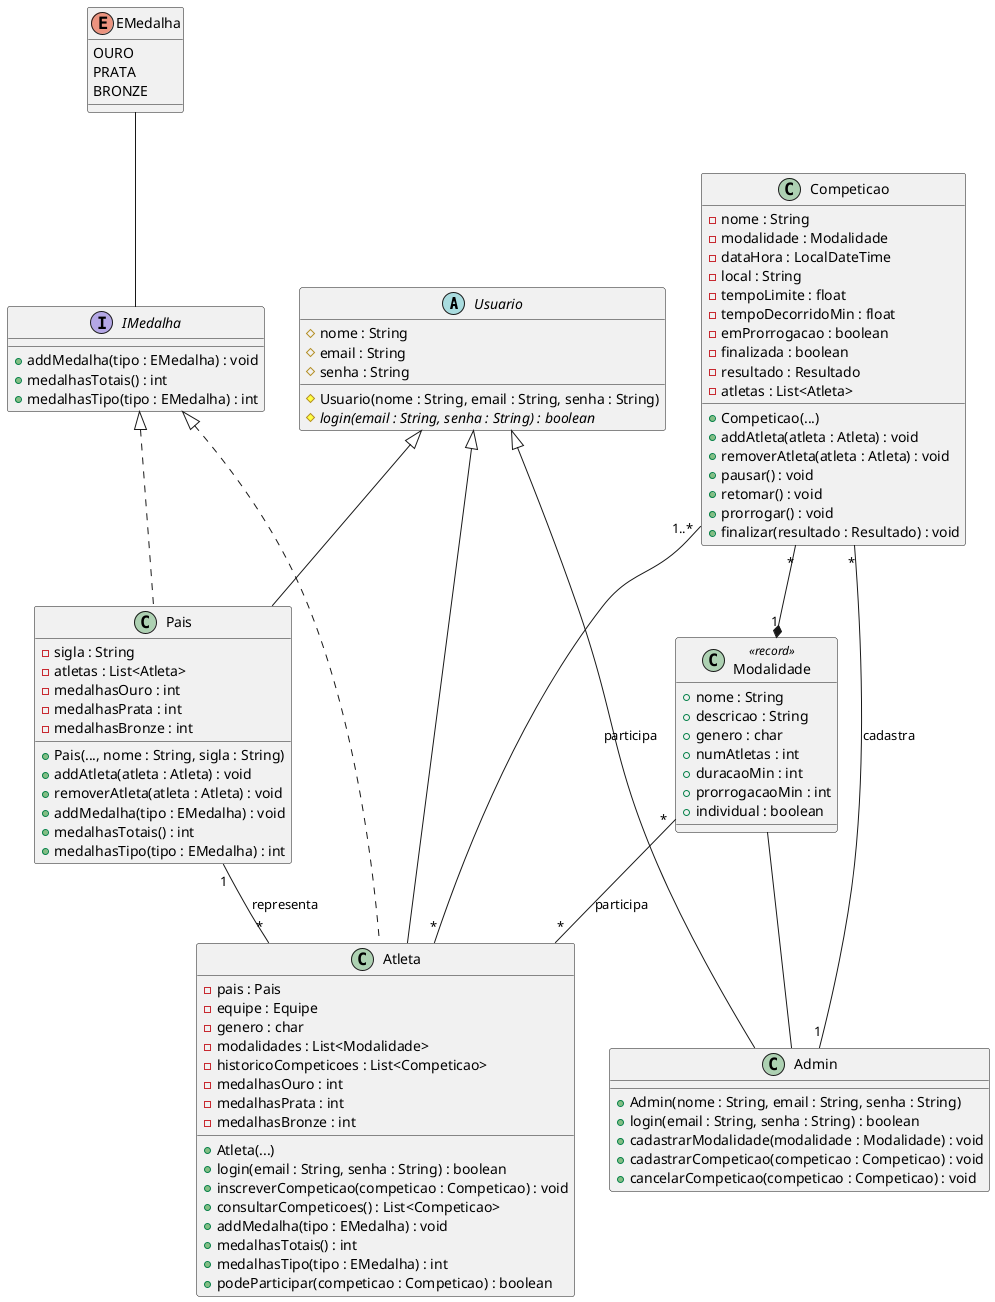
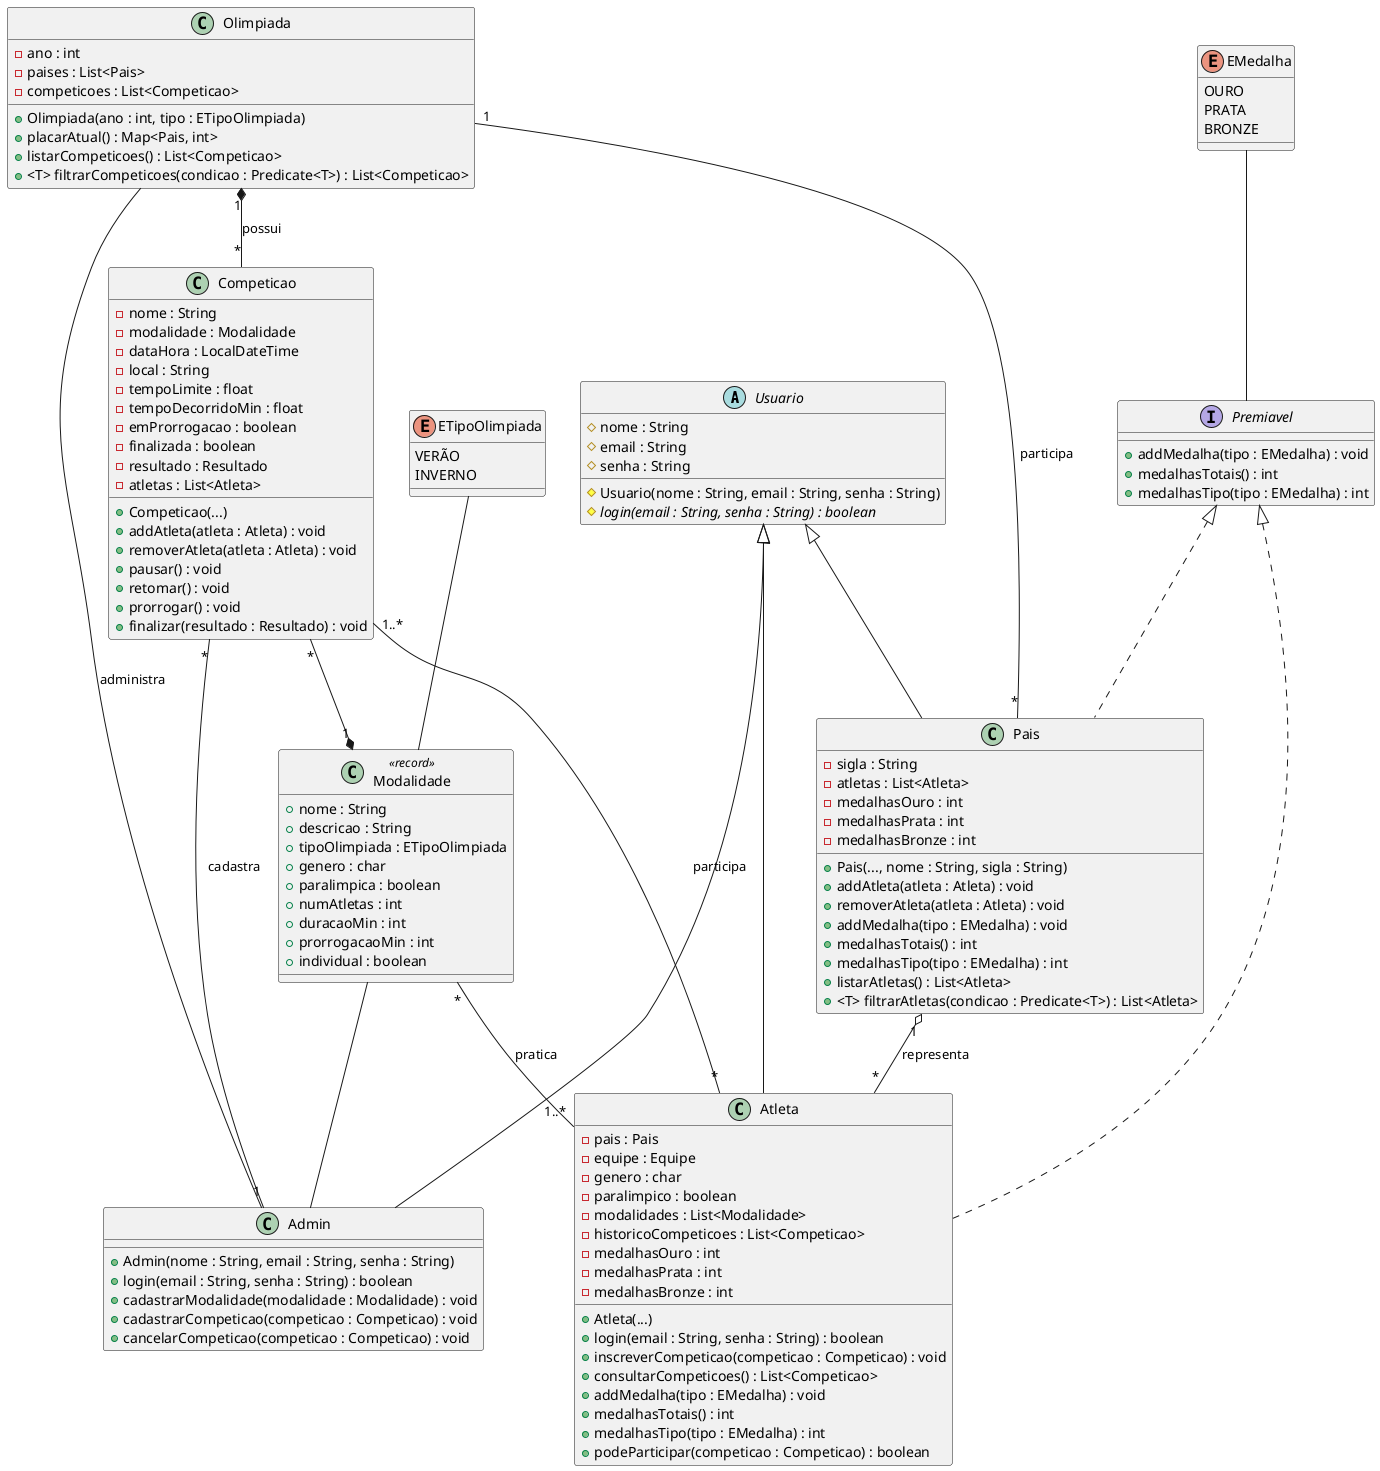
@startuml diagrama-classe
abstract class Usuario {
    # nome : String
    # email : String
    # senha : String
    # Usuario(nome : String, email : String, senha : String)
    # {abstract} login(email : String, senha : String) : boolean
}

class Admin {
    + Admin(nome : String, email : String, senha : String)
    + login(email : String, senha : String) : boolean
    + cadastrarModalidade(modalidade : Modalidade) : void
    + cadastrarCompeticao(competicao : Competicao) : void
    + cancelarCompeticao(competicao : Competicao) : void
}
Usuario <|-- Admin

- interface IMedalha {
+ interface Premiavel {
    + addMedalha(tipo : EMedalha) : void
    + medalhasTotais() : int
    + medalhasTipo(tipo : EMedalha) : int
}
- IMedalha <|.. Pais
- IMedalha <|.. Atleta
+ Premiavel <|.. Pais
+ Premiavel <|.. Atleta

class Pais {
    - sigla : String
    - atletas : List<Atleta>
    - medalhasOuro : int
    - medalhasPrata : int
    - medalhasBronze : int
    + Pais(..., nome : String, sigla : String)
    + addAtleta(atleta : Atleta) : void
    + removerAtleta(atleta : Atleta) : void
    + addMedalha(tipo : EMedalha) : void
    + medalhasTotais() : int
    + medalhasTipo(tipo : EMedalha) : int
+     + listarAtletas() : List<Atleta>
+     + <T> filtrarAtletas(condicao : Predicate<T>) : List<Atleta>
}
Usuario <|-- Pais

class Atleta {
    - pais : Pais
    - equipe : Equipe
    - genero : char
+     - paralimpico : boolean
    - modalidades : List<Modalidade>
    - historicoCompeticoes : List<Competicao>
    - medalhasOuro : int
    - medalhasPrata : int
    - medalhasBronze : int
    + Atleta(...)
    + login(email : String, senha : String) : boolean
    + inscreverCompeticao(competicao : Competicao) : void
    + consultarCompeticoes() : List<Competicao>
    + addMedalha(tipo : EMedalha) : void
    + medalhasTotais() : int
    + medalhasTipo(tipo : EMedalha) : int
    + podeParticipar(competicao : Competicao) : boolean
}
Usuario <|-- Atleta
- Pais "1" -- "*" Atleta : representa
+ Pais "1" o-- "*" Atleta : representa

class Modalidade <<record>>{
    + nome : String
    + descricao : String
+     + tipoOlimpiada : ETipoOlimpiada
    + genero : char
+     + paralimpica : boolean
    + numAtletas : int
    + duracaoMin : int
    + prorrogacaoMin : int
    + individual : boolean
}
Modalidade -- Admin
- Modalidade "*" -- "*" Atleta : participa
+ Modalidade "*" -- "1..*" Atleta : pratica

class Competicao {
    - nome : String
    - modalidade : Modalidade
    - dataHora : LocalDateTime
    - local : String
    - tempoLimite : float
    - tempoDecorridoMin : float
    - emProrrogacao : boolean
    - finalizada : boolean
    - resultado : Resultado
    - atletas : List<Atleta>
    + Competicao(...)
    + addAtleta(atleta : Atleta) : void
    + removerAtleta(atleta : Atleta) : void
    + pausar() : void
    + retomar() : void
    + prorrogar() : void
    + finalizar(resultado : Resultado) : void
}
Competicao "*" --* "1" Modalidade
Competicao "*" -- "1" Admin : cadastra
Competicao "1..*" -- "*" Atleta : participa

enum EMedalha {
    OURO
    PRATA
    BRONZE
}
- EMedalha -- IMedalha
+ EMedalha -- Premiavel
+ 
+ class Olimpiada {
+     - ano : int
+     - paises : List<Pais>
+     - competicoes : List<Competicao>
+     + Olimpiada(ano : int, tipo : ETipoOlimpiada)
+     + placarAtual() : Map<Pais, int>
+     + listarCompeticoes() : List<Competicao>
+     + <T> filtrarCompeticoes(condicao : Predicate<T>) : List<Competicao>
+ }
+ Olimpiada "1" -- "*" Pais : participa
+ Olimpiada "1" *-- "*" Competicao : possui
+ Olimpiada -- Admin : administra
+ 
+ enum ETipoOlimpiada {
+     VERÃO
+     INVERNO
+ }
+ ETipoOlimpiada -- Modalidade
+ 
@enduml